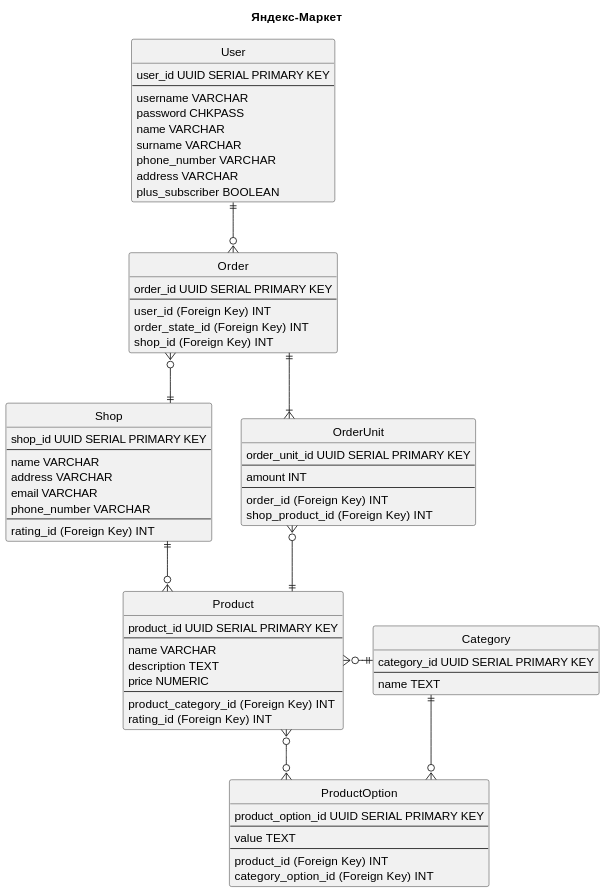
Telecaster525/DB-Design-ITMO keeps this PlantUML diagram as images/Lab-1.svg. Above is the earlier version.
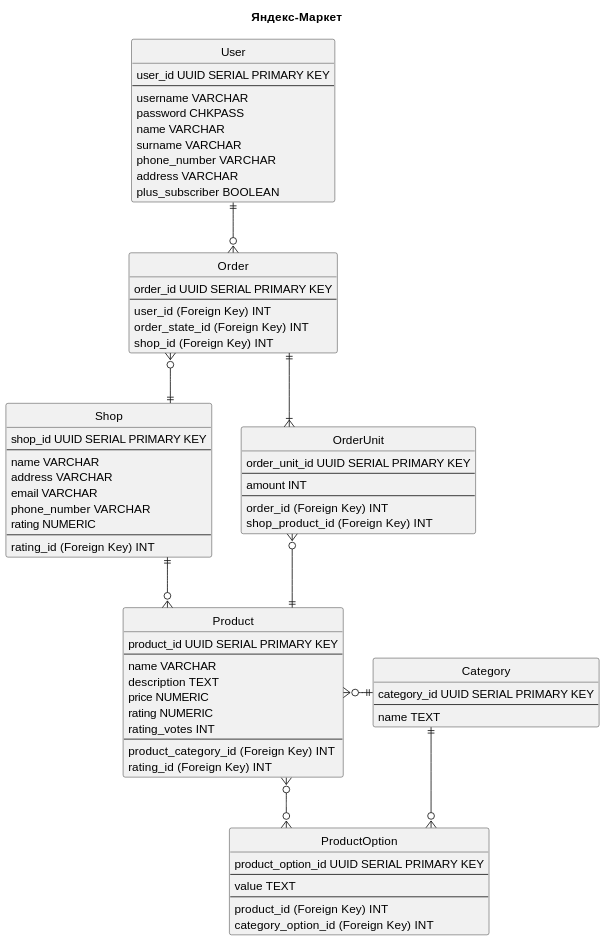
The same diagram one commit later.

Diff of the diagram source:
```diff
@@ -31,6 +31,7 @@
     address VARCHAR
     email VARCHAR
     phone_number VARCHAR
+    rating NUMERIC
     --
     rating_id (Foreign Key) INT
 }
@@ -50,6 +51,8 @@
     name VARCHAR
     description TEXT
     price NUMERIC
+    rating NUMERIC
+    rating_votes INT
     --
     product_category_id (Foreign Key) INT
     rating_id (Foreign Key) INT
```
